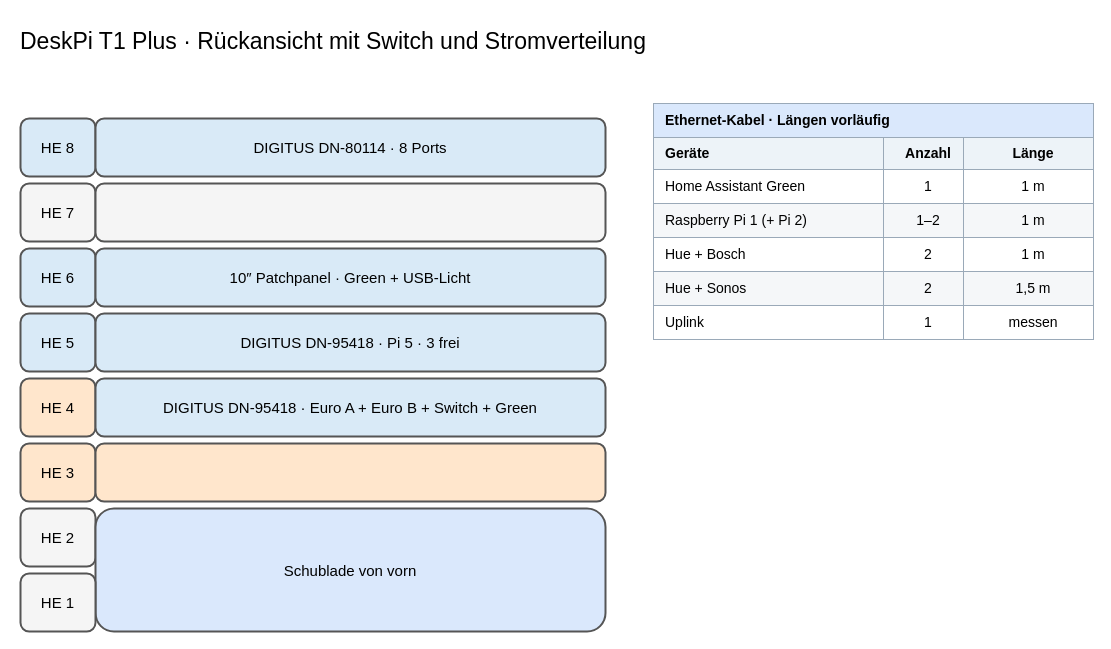
The draw.io diagram page "DeskPi 8 HE – Rückseite" (3 of 8) of 10-zoll-rack-planung.drawio in tiptronic/diagrams, before the edit. Source tidied: cells renumbered, new cells numbered last; positions are measured from the earlier drawing's top-left corner, leaving out a move shared by most shapes. Both pictures are drawn from the tidied source at 100%, with x=0, y=0 at pixel (18, 18).
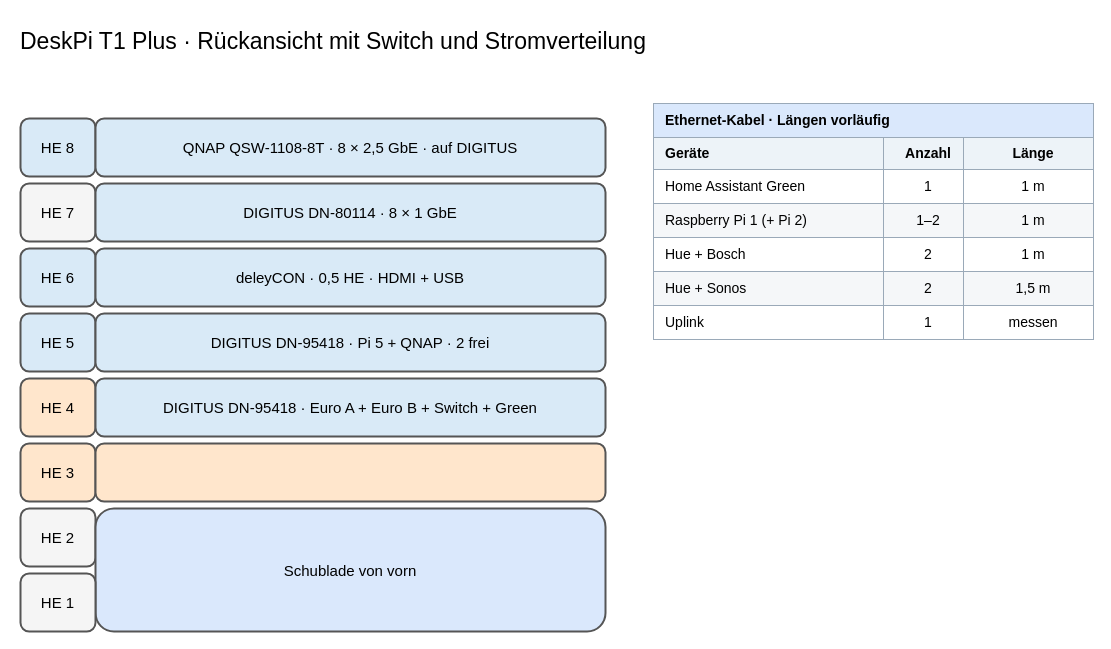
Above is the later version.

Commit message (it also covers changes not shown here):
Add QNAP switch rack variant

Diff of the diagram source:
```diff
@@
-    <mxCell id="4" value="DIGITUS DN-80114 · 8 Ports" style="rounded=1;whiteSpace=wrap;html=1;align=center;verticalAlign=middle;strokeWidth=2;fontSize=15;fillColor=#d9eaf7;strokeColor=#555555;" parent="1" vertex="1">
+    <mxCell id="4" value="QNAP QSW-1108-8T · 8 × 2,5 GbE · auf DIGITUS" style="rounded=1;whiteSpace=wrap;html=1;align=center;verticalAlign=middle;strokeWidth=2;fontSize=15;fillColor=#d9eaf7;strokeColor=#555555;" parent="1" vertex="1">
       <mxGeometry x="77" y="100" width="510" height="58" as="geometry" />
     </mxCell>
@@
-    <mxCell id="6" style="rounded=1;whiteSpace=wrap;html=1;align=center;verticalAlign=middle;strokeWidth=2;fontSize=15;fillColor=#f5f5f5;strokeColor=#555555;" parent="1" vertex="1">
+    <mxCell id="6" value="DIGITUS DN-80114 · 8 × 1 GbE" style="rounded=1;whiteSpace=wrap;html=1;align=center;verticalAlign=middle;strokeWidth=2;fontSize=15;fillColor=#d9eaf7;strokeColor=#555555;" parent="1" vertex="1">
       <mxGeometry x="77" y="165" width="510" height="58" as="geometry" />
     </mxCell>
@@
-    <mxCell id="8" value="10″ Patchpanel · Green + USB-Licht" style="rounded=1;whiteSpace=wrap;html=1;align=center;verticalAlign=middle;strokeWidth=2;fontSize=15;fillColor=#d9eaf7;strokeColor=#555555;" parent="1" vertex="1">
+    <mxCell id="8" value="deleyCON · 0,5 HE · HDMI + USB" style="rounded=1;whiteSpace=wrap;html=1;align=center;verticalAlign=middle;strokeWidth=2;fontSize=15;fillColor=#d9eaf7;strokeColor=#555555;" parent="1" vertex="1">
       <mxGeometry x="77" y="230" width="510" height="58" as="geometry" />
     </mxCell>
@@
-    <mxCell id="10" value="DIGITUS DN-95418 · Pi 5 · 3 frei" style="rounded=1;whiteSpace=wrap;html=1;align=center;verticalAlign=middle;strokeWidth=2;fontSize=15;fillColor=#d9eaf7;strokeColor=#555555;" parent="1" vertex="1">
+    <mxCell id="10" value="DIGITUS DN-95418 · Pi 5 + QNAP · 2 frei" style="rounded=1;whiteSpace=wrap;html=1;align=center;verticalAlign=middle;strokeWidth=2;fontSize=15;fillColor=#d9eaf7;strokeColor=#555555;" parent="1" vertex="1">
       <mxGeometry x="77" y="295" width="510" height="58" as="geometry" />
     </mxCell>
```
